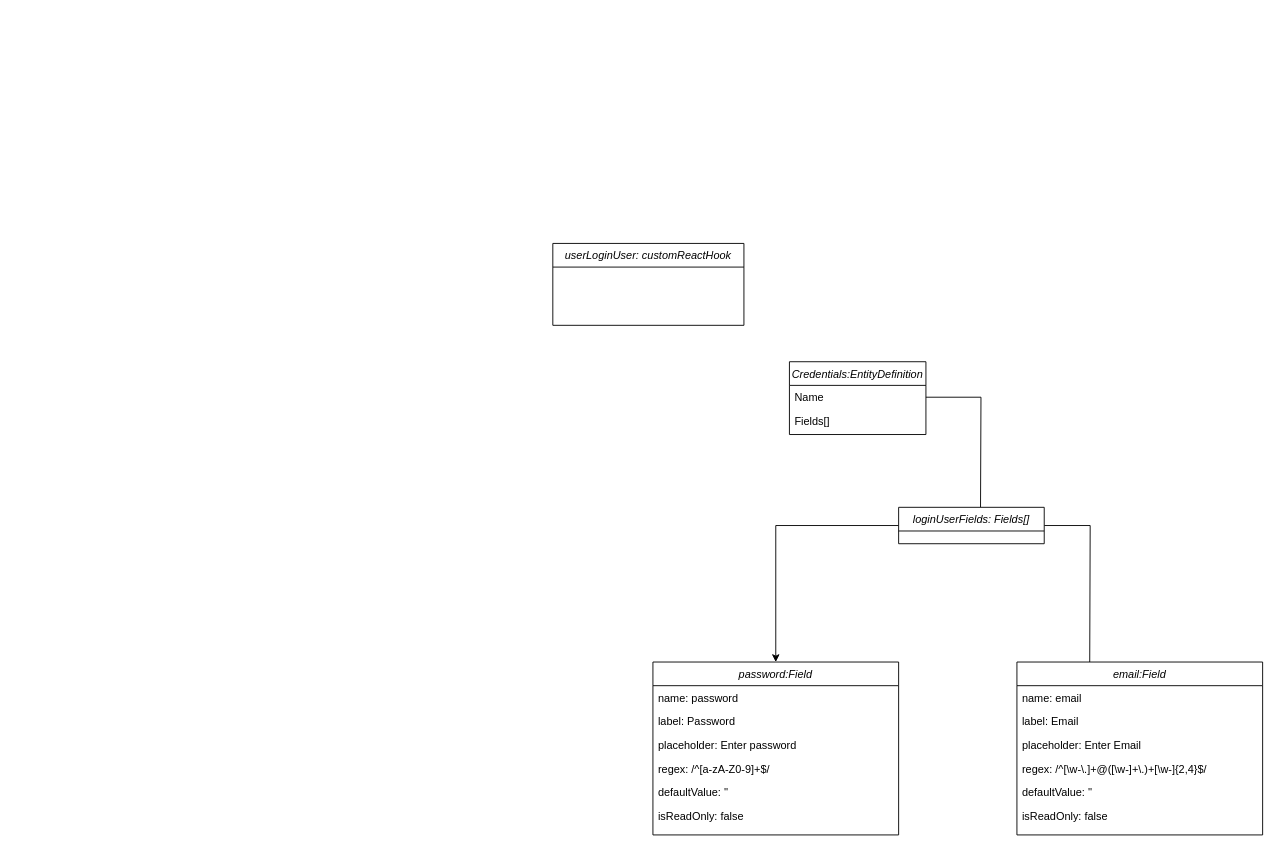
Earlier version of the draw.io diagram Diagramă fără titlu.drawio (adidiac/parkingLotAMSS). Source tidied: cells renumbered, new cells numbered last; positions are measured from the earlier drawing's top-left corner, leaving out a move shared by most shapes. Both pictures are drawn from the tidied source at 91%, with x=0, y=0 at pixel (552, 243).
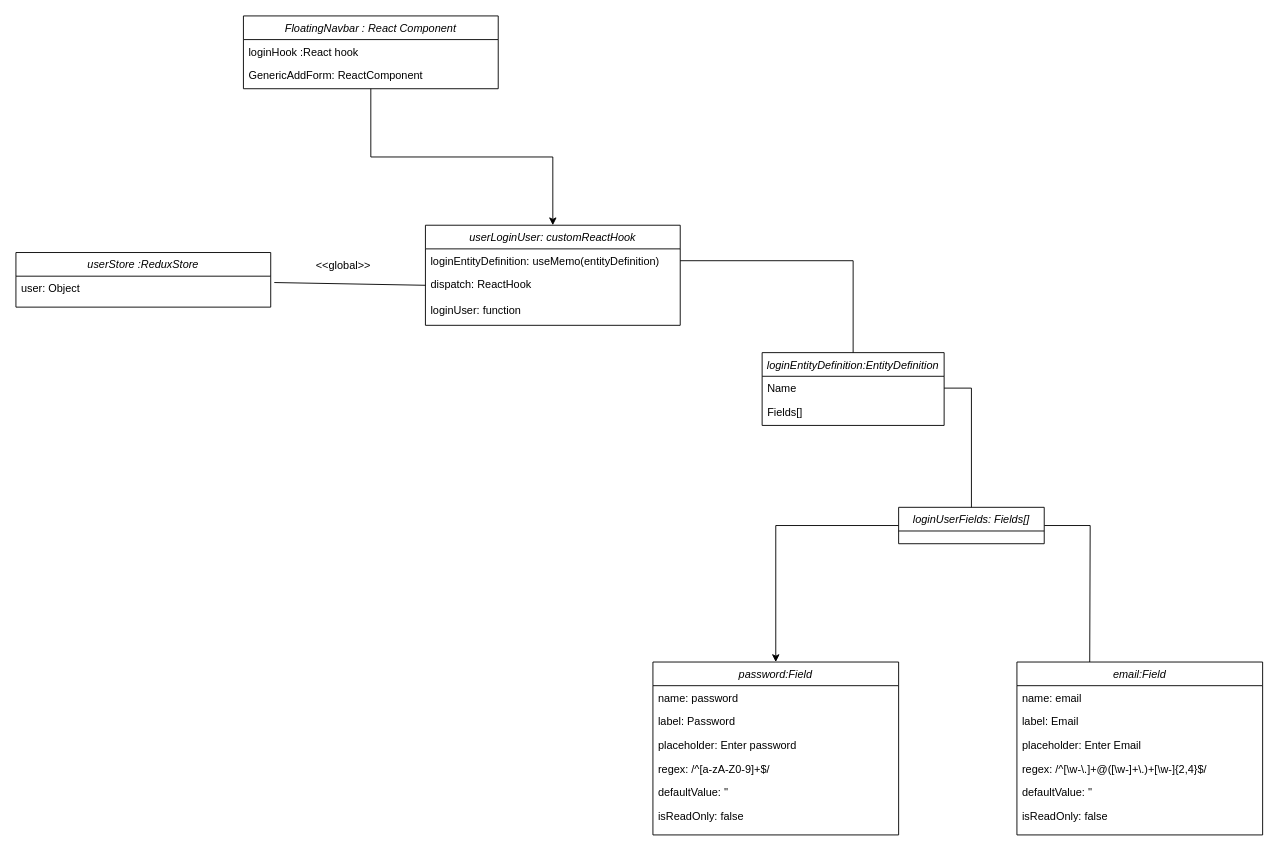
The same page after the edit.

Unchanged cells that the change refers to:
```xml
<mxCell id="8" value="loginUserFields: Fields[]&#10;" style="swimlane;fontStyle=2;align=center;verticalAlign=top;horizontal=1;startSize=26;rounded=0;shadow=0;strokeWidth=1;" parent="1" vertex="1">
  <mxGeometry x="380" y="290" width="160" height="40" as="geometry" />
</mxCell>
```

Diff of the diagram source:
```diff
@@
-    <mxCell id="2" value="Credentials:EntityDefinition&#10;" style="swimlane;fontStyle=2;align=center;verticalAlign=top;horizontal=1;startSize=26;rounded=0;shadow=0;strokeWidth=1;" parent="1" vertex="1">
-      <mxGeometry x="260" y="130" width="150" height="80" as="geometry" />
+    <mxCell id="2" value="loginEntityDefinition:EntityDefinition&#10;" style="swimlane;fontStyle=2;align=center;verticalAlign=top;horizontal=1;startSize=26;rounded=0;shadow=0;strokeWidth=1;" parent="1" vertex="1">
+      <mxGeometry x="230" y="120" width="200" height="80" as="geometry" />
     </mxCell>
-    <mxCell id="3" style="edgeStyle=orthogonalEdgeStyle;rounded=0;jettySize=auto;html=1;endArrow=none;endFill=0;" parent="2" edge="1" source="4">
-      <mxGeometry relative="1" as="geometry">
-        <mxPoint x="210" y="160" as="targetPoint" />
-      </mxGeometry>
-    </mxCell>
     <mxCell id="4" value="Name" style="text;align=left;verticalAlign=top;spacingLeft=4;spacingRight=4;overflow=hidden;points=[[0,0.5],[1,0.5]];portConstraint=eastwest;" parent="2" vertex="1">
-      <mxGeometry y="26" width="150" height="26" as="geometry" />
+      <mxGeometry y="26" width="200" height="26" as="geometry" />
     </mxCell>
     <mxCell id="5" value="Fields[] " style="text;align=left;verticalAlign=top;spacingLeft=4;spacingRight=4;overflow=hidden;rounded=0;shadow=0;html=0;" parent="2" vertex="1">
-      <mxGeometry y="52" width="150" height="26" as="geometry" />
+      <mxGeometry y="52" width="200" height="26" as="geometry" />
     </mxCell>
@@
-    <mxCell id="23" value="userLoginUser: customReactHook" style="swimlane;fontStyle=2;align=center;verticalAlign=top;horizontal=1;startSize=26;rounded=0;shadow=0;strokeWidth=1;" parent="1" vertex="1" collapsed="1">
-      <mxGeometry width="210" height="90" as="geometry" />
+    <mxCell id="23" value="userLoginUser: customReactHook" style="swimlane;fontStyle=2;align=center;verticalAlign=top;horizontal=1;startSize=26;rounded=0;shadow=0;strokeWidth=1;" parent="1" vertex="1">
+      <mxGeometry x="-140" y="-20" width="280" height="110" as="geometry" />
     </mxCell>
+    <mxCell id="24" value="loginEntityDefinition: useMemo(entityDefinition)" style="text;align=left;verticalAlign=top;spacingLeft=4;spacingRight=4;overflow=hidden;points=[[0,0.5],[1,0.5]];portConstraint=eastwest;" parent="23" vertex="1">
+      <mxGeometry y="26" width="280" height="26" as="geometry" />
+    </mxCell>
+    <mxCell id="25" value="dispatch: ReactHook&#10;" style="text;align=left;verticalAlign=top;spacingLeft=4;spacingRight=4;overflow=hidden;points=[[0,0.5],[1,0.5]];portConstraint=eastwest;rounded=0;shadow=0;html=0;" parent="23" vertex="1">
+      <mxGeometry y="52" width="280" height="28" as="geometry" />
+    </mxCell>
+    <mxCell id="26" value="loginUser: function" style="text;align=left;verticalAlign=top;spacingLeft=4;spacingRight=4;overflow=hidden;rounded=0;shadow=0;html=0;" parent="23" vertex="1">
+      <mxGeometry y="80" width="280" height="28" as="geometry" />
+    </mxCell>
+    <mxCell id="27" style="edgeStyle=orthogonalEdgeStyle;rounded=0;jettySize=auto;html=1;endArrow=none;endFill=0;entryX=0.5;entryY=0;entryDx=0;entryDy=0;" parent="1" edge="1" source="24" target="2">
+      <mxGeometry relative="1" as="geometry" />
+    </mxCell>
+    <mxCell id="3" style="edgeStyle=orthogonalEdgeStyle;rounded=0;jettySize=auto;html=1;endArrow=none;endFill=0;entryX=0.5;entryY=0;entryDx=0;entryDy=0;" parent="1" edge="1" source="4" target="8">
+      <mxGeometry relative="1" as="geometry" />
+    </mxCell>
+    <mxCell id="28" value="userStore :ReduxStore&#10;" style="swimlane;fontStyle=2;align=center;verticalAlign=top;horizontal=1;startSize=26;rounded=0;shadow=0;strokeWidth=1;" parent="1" vertex="1">
+      <mxGeometry x="-590" y="10" width="280" height="60" as="geometry" />
+    </mxCell>
+    <mxCell id="29" value="user: Object" style="text;align=left;verticalAlign=top;spacingLeft=4;spacingRight=4;overflow=hidden;points=[[0,0.5],[1,0.5]];portConstraint=eastwest;" parent="28" vertex="1">
+      <mxGeometry y="26" width="280" height="26" as="geometry" />
+    </mxCell>
+    <mxCell id="30" style="endArrow=none;html=1;rounded=0;entryX=0;entryY=0.5;entryDx=0;entryDy=0;exitX=1.014;exitY=0.269;exitDx=0;exitDy=0;exitPerimeter=0;" parent="1" edge="1" source="29" target="25">
+      <mxGeometry relative="1" as="geometry" />
+    </mxCell>
+    <mxCell id="31" value="&amp;lt;&amp;lt;global&amp;gt;&amp;gt;" style="text;html=1;strokeColor=none;fillColor=none;align=center;verticalAlign=middle;whiteSpace=wrap;rounded=0;" parent="1" vertex="1">
+      <mxGeometry x="-260" y="10" width="60" height="30" as="geometry" />
+    </mxCell>
+    <mxCell id="32" style="edgeStyle=orthogonalEdgeStyle;rounded=0;jettySize=auto;html=1;entryX=0.5;entryY=0;entryDx=0;entryDy=0;" parent="1" edge="1" source="33" target="23">
+      <mxGeometry relative="1" as="geometry" />
+    </mxCell>
+    <mxCell id="33" value="FloatingNavbar : React Component" style="swimlane;fontStyle=2;align=center;verticalAlign=top;horizontal=1;startSize=26;rounded=0;shadow=0;strokeWidth=1;" parent="1" vertex="1">
+      <mxGeometry x="-340" y="-250" width="280" height="80" as="geometry" />
+    </mxCell>
+    <mxCell id="34" value="loginHook :React hook" style="text;align=left;verticalAlign=top;spacingLeft=4;spacingRight=4;overflow=hidden;" parent="33" vertex="1">
+      <mxGeometry y="26" width="280" height="26" as="geometry" />
+    </mxCell>
+    <mxCell id="35" value="GenericAddForm: ReactComponent" style="text;align=left;verticalAlign=top;spacingLeft=4;spacingRight=4;overflow=hidden;" parent="33" vertex="1">
+      <mxGeometry y="52" width="280" height="26" as="geometry" />
+    </mxCell>
```
